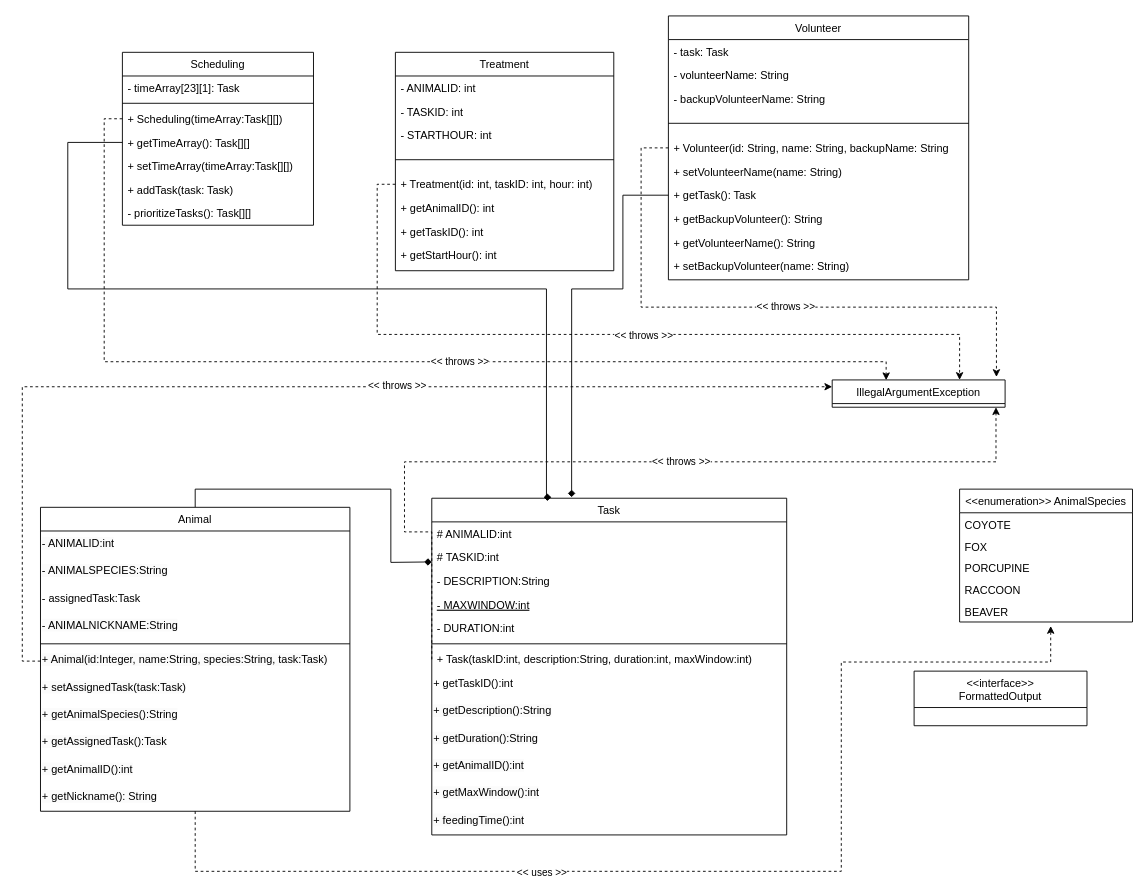
Earlier version of the draw.io diagram Project-UML.drawio (arminsandhu/ZooKeeper-Scheduler). Source tidied: cells renumbered, new cells numbered last; positions are measured from the earlier drawing's top-left corner, leaving out a move shared by most shapes. Both pictures are drawn from the tidied source at 91%, with x=0, y=0 at pixel (40, 15).
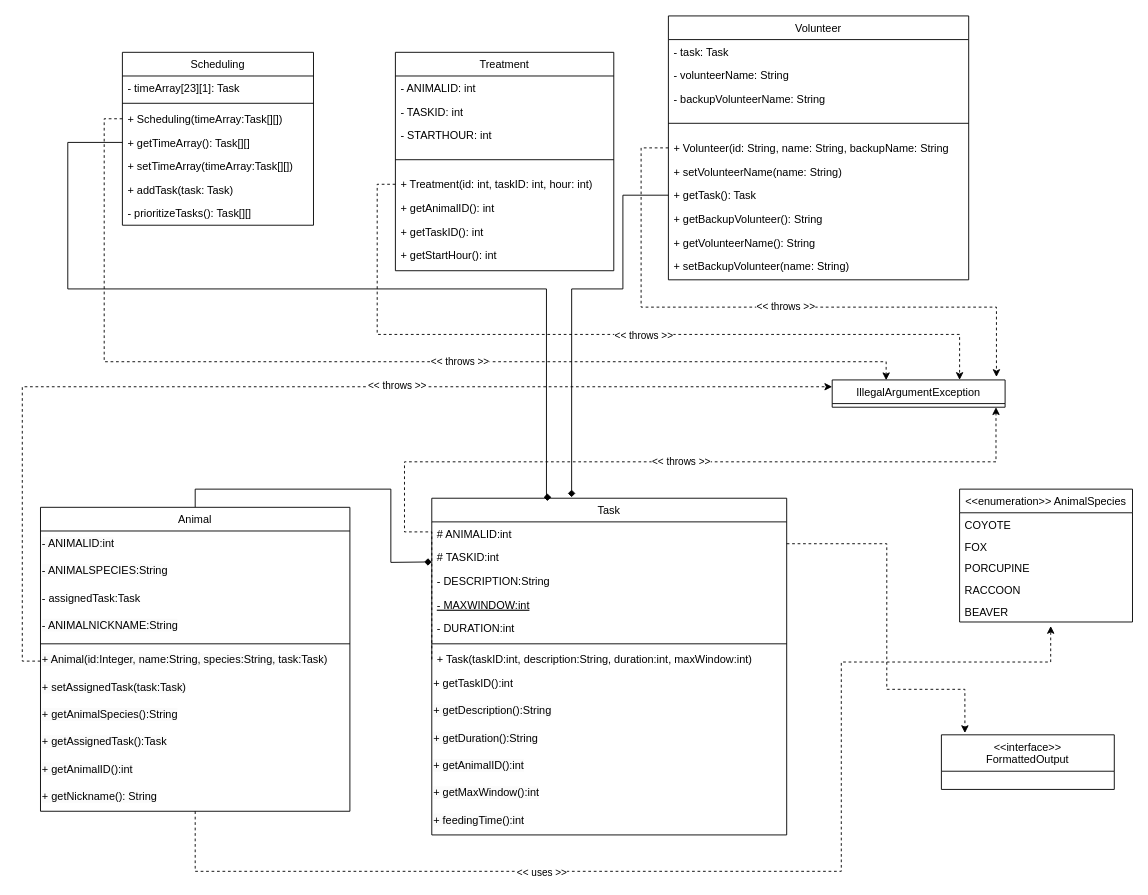
The same page after the edit.

Commit message:
Adding an interface relation

Unchanged cells that the change refers to:
```xml
<mxCell id="38" value="# ANIMALID:int&#10;" style="text;align=left;verticalAlign=top;spacingLeft=4;spacingRight=4;overflow=hidden;points=[[0,0.5],[1,0.5]];portConstraint=eastwest;" parent="37" vertex="1">
  <mxGeometry y="26" width="390" height="26" as="geometry" />
</mxCell>
```

Change to the diagram source:
```diff
@@
     <mxCell id="64" value="&lt;&lt;interface&gt;&gt;&#10;FormattedOutput&#10;" style="swimlane;fontStyle=0;align=center;verticalAlign=top;horizontal=1;startSize=40;rounded=0;shadow=0;strokeWidth=1;" parent="1" vertex="1">
-      <mxGeometry x="960" y="720" width="190" height="60" as="geometry" />
+      <mxGeometry x="990" y="790" width="190" height="60" as="geometry" />
     </mxCell>
@@
+    <mxCell id="79" style="edgeStyle=orthogonalEdgeStyle;rounded=0;jettySize=auto;html=1;dashed=1;entryX=0.136;entryY=-0.033;entryDx=0;entryDy=0;entryPerimeter=0;" parent="1" edge="1" source="38" target="64">
+      <mxGeometry relative="1" as="geometry">
+        <Array as="points">
+          <mxPoint x="930" y="580" />
+          <mxPoint x="930" y="740" />
+          <mxPoint x="1016" y="740" />
+        </Array>
+      </mxGeometry>
+    </mxCell>
```
